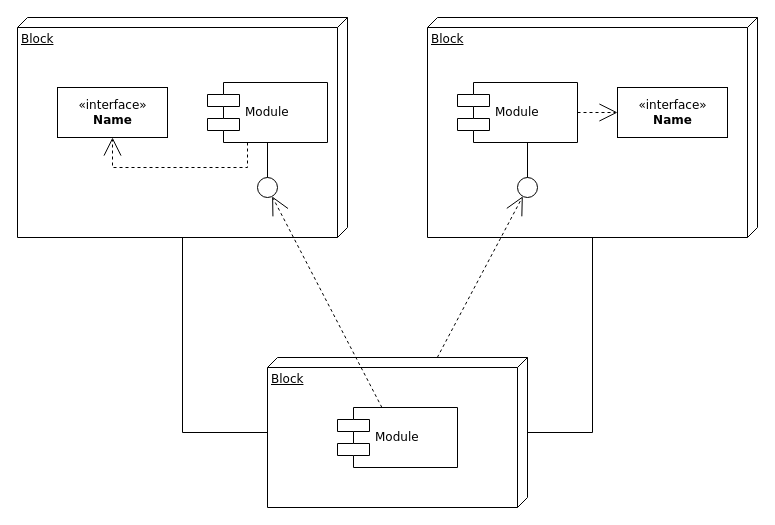
newTechToX/cross_chain keeps this draw.io diagram as page "Page-1" (1 of 2) of 模块.drawio. Above is the earlier version. Source tidied: cells renumbered, new cells numbered last; positions are measured from the earlier drawing's top-left corner, leaving out a move shared by most shapes. Both pictures are drawn from the tidied source at 100%, with x=0, y=0 at pixel (17, 17).
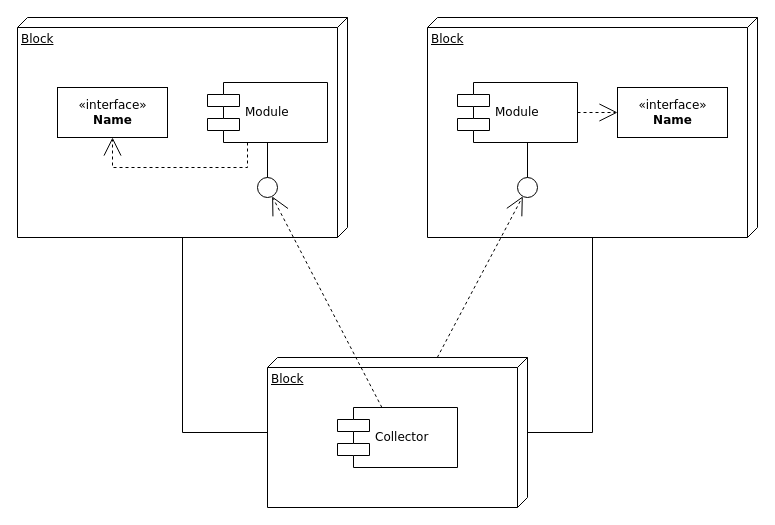
The same page after the edit.

The edit, as a diff of the source:
```diff
@@
-    <mxCell id="11" value="Module" style="shape=component;align=left;spacingLeft=36;rounded=0;shadow=0;comic=0;labelBackgroundColor=none;strokeWidth=1;fontFamily=Verdana;fontSize=12;html=1;" parent="1" vertex="1">
+    <mxCell id="11" value="Collector" style="shape=component;align=left;spacingLeft=36;rounded=0;shadow=0;comic=0;labelBackgroundColor=none;strokeWidth=1;fontFamily=Verdana;fontSize=12;html=1;" parent="1" vertex="1">
       <mxGeometry x="320" y="390" width="120" height="60" as="geometry" />
     </mxCell>
```
